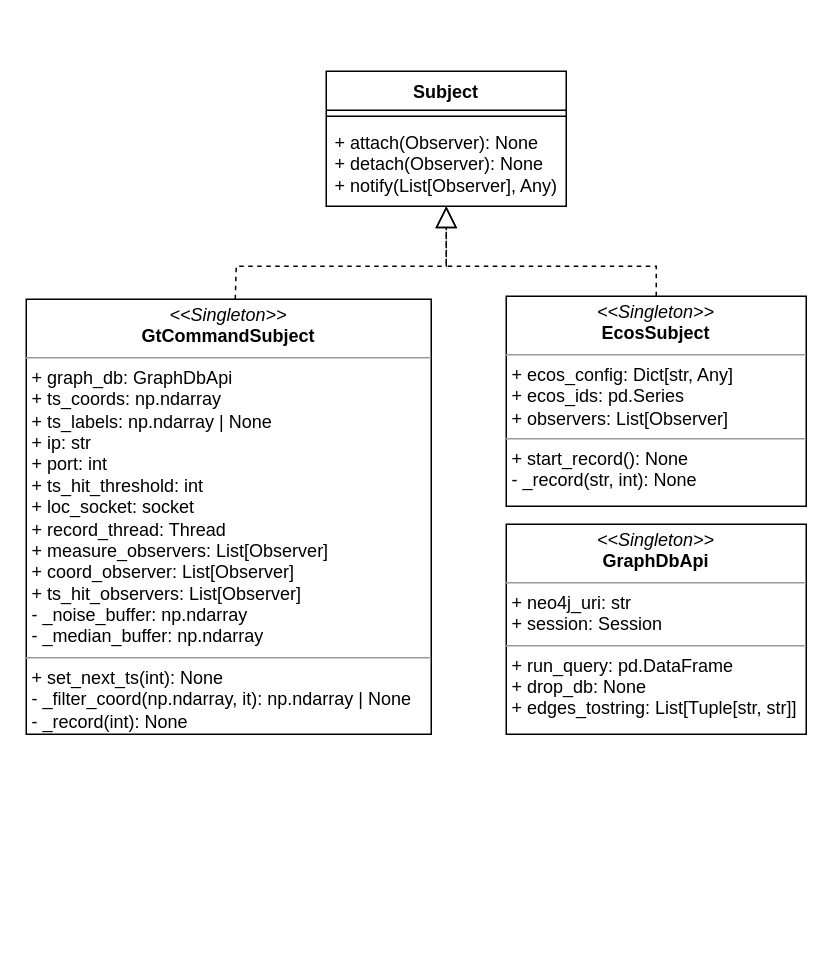
Before: structural/Subjects.drawio in pascalreiss/draw_io_stuff, a draw.io diagram. Source tidied: cells renumbered, new cells numbered last; positions are measured from the earlier drawing's top-left corner, leaving out a move shared by most shapes. Both pictures are drawn from the tidied source at 150%, with x=0, y=0 at pixel (26, 70).
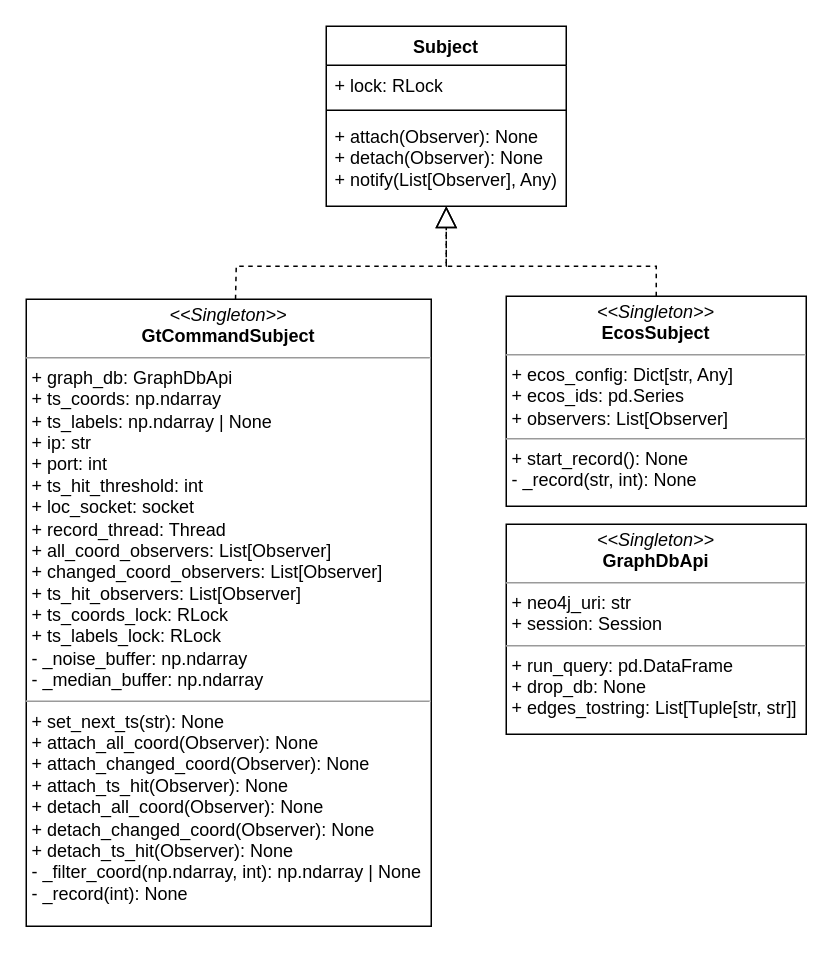
After the change.

The edit, as a diff of the source:
```diff
@@
 <mxGraphModel>
   <root>
     <mxCell id="0" />
     <mxCell id="1" parent="0" />
-    <mxCell id="2" value="Subject" style="swimlane;fontStyle=1;align=center;verticalAlign=top;horizontal=1;startSize=26;whiteSpace=wrap;html=1;" parent="1" vertex="1">
-      <mxGeometry x="200" width="160" height="90" as="geometry" />
-    </mxCell>
-    <mxCell id="3" style="line;strokeWidth=1;fillColor=none;align=left;verticalAlign=middle;spacingTop=-1;spacingLeft=3;spacingRight=3;labelPosition=right;strokeColor=inherit;" parent="2" vertex="1">
-      <mxGeometry y="26" width="160" height="8" as="geometry" />
-    </mxCell>
-    <mxCell id="4" value="+ attach(Observer): None&lt;br&gt;+ detach(Observer): None&lt;br&gt;+ notify(List[Observer], Any)" style="text;strokeColor=none;fillColor=none;align=left;verticalAlign=top;spacingLeft=4;spacingRight=4;overflow=hidden;whiteSpace=wrap;html=1;" parent="2" vertex="1">
-      <mxGeometry y="34" width="160" height="56" as="geometry" />
-    </mxCell>
     <mxCell id="5" style="endArrow=block;dashed=1;endFill=0;endSize=12;html=1;rounded=0;" parent="1" edge="1" source="9">
       <mxGeometry relative="1" as="geometry">
         <mxPoint x="280" y="90" as="targetPoint" />
         <Array as="points">
           <mxPoint x="140" y="130" />
           <mxPoint x="280" y="130" />
         </Array>
       </mxGeometry>
     </mxCell>
     <mxCell id="6" style="endArrow=block;dashed=1;endFill=0;endSize=12;html=1;rounded=0;" parent="1" edge="1" source="7">
       <mxGeometry relative="1" as="geometry">
         <mxPoint x="280" y="90" as="targetPoint" />
         <Array as="points">
           <mxPoint x="420" y="130" />
           <mxPoint x="280" y="130" />
         </Array>
       </mxGeometry>
     </mxCell>
     <mxCell id="7" value="&lt;p style=&quot;margin:0px;margin-top:4px;text-align:center;&quot;&gt;&lt;i&gt;&amp;lt;&amp;lt;Singleton&amp;gt;&amp;gt;&lt;/i&gt;&lt;br&gt;&lt;b&gt;EcosSubject&lt;/b&gt;&lt;/p&gt;&lt;hr size=&quot;1&quot;&gt;&lt;p style=&quot;margin:0px;margin-left:4px;&quot;&gt;+ ecos_config: Dict[str, Any]&lt;br style=&quot;border-color: var(--border-color);&quot;&gt;+ ecos_ids: pd.Series&lt;br style=&quot;border-color: var(--border-color);&quot;&gt;+ observers: List[Observer]&lt;br&gt;&lt;/p&gt;&lt;hr size=&quot;1&quot;&gt;&lt;p style=&quot;margin:0px;margin-left:4px;&quot;&gt;+ start_record(): None&lt;br style=&quot;border-color: var(--border-color);&quot;&gt;- _record(str, int): None&lt;br&gt;&lt;/p&gt;" style="verticalAlign=top;align=left;overflow=fill;fontSize=12;fontFamily=Helvetica;html=1;whiteSpace=wrap;" parent="1" vertex="1">
       <mxGeometry x="320" y="150" width="200" height="140" as="geometry" />
     </mxCell>
     <mxCell id="8" value="&lt;p style=&quot;margin:0px;margin-top:4px;text-align:center;&quot;&gt;&lt;i&gt;&amp;lt;&amp;lt;Singleton&amp;gt;&amp;gt;&lt;/i&gt;&lt;br&gt;&lt;b&gt;GraphDbApi&lt;/b&gt;&lt;/p&gt;&lt;hr size=&quot;1&quot;&gt;&lt;p style=&quot;margin:0px;margin-left:4px;&quot;&gt;+ neo4j_uri: str&lt;br style=&quot;border-color: var(--border-color);&quot;&gt;+ session: Session&lt;br&gt;&lt;/p&gt;&lt;hr size=&quot;1&quot;&gt;&lt;p style=&quot;margin:0px;margin-left:4px;&quot;&gt;+ run_query: pd.DataFrame&lt;br style=&quot;border-color: var(--border-color);&quot;&gt;+ drop_db: None&lt;br style=&quot;border-color: var(--border-color);&quot;&gt;+ edges_tostring: List[Tuple[str, str]]&lt;br&gt;&lt;/p&gt;" style="verticalAlign=top;align=left;overflow=fill;fontSize=12;fontFamily=Helvetica;html=1;whiteSpace=wrap;" parent="1" vertex="1">
       <mxGeometry x="320" y="302" width="200" height="140" as="geometry" />
     </mxCell>
-    <mxCell id="9" value="&lt;p style=&quot;margin:0px;margin-top:4px;text-align:center;&quot;&gt;&lt;i&gt;&amp;lt;&amp;lt;Singleton&amp;gt;&amp;gt;&lt;/i&gt;&lt;br&gt;&lt;b&gt;GtCommandSubject&lt;/b&gt;&lt;/p&gt;&lt;hr size=&quot;1&quot;&gt;&lt;p style=&quot;margin:0px;margin-left:4px;&quot;&gt;+ graph_db: GraphDbApi&lt;br style=&quot;border-color: var(--border-color);&quot;&gt;+ ts_coords: np.ndarray&lt;br style=&quot;border-color: var(--border-color);&quot;&gt;+ ts_labels: np.ndarray | None&lt;br style=&quot;border-color: var(--border-color);&quot;&gt;+ ip: str&lt;br style=&quot;border-color: var(--border-color);&quot;&gt;+ port: int&lt;br style=&quot;border-color: var(--border-color);&quot;&gt;+ ts_hit_threshold: int&lt;br style=&quot;border-color: var(--border-color);&quot;&gt;+ loc_socket: socket&lt;br style=&quot;border-color: var(--border-color);&quot;&gt;+ record_thread: Thread&lt;br style=&quot;border-color: var(--border-color);&quot;&gt;+ measure_observers: List[Observer]&lt;br style=&quot;border-color: var(--border-color);&quot;&gt;+ coord_observer: List[Observer]&lt;br style=&quot;border-color: var(--border-color);&quot;&gt;+ ts_hit_observers: List[Observer]&lt;br style=&quot;border-color: var(--border-color);&quot;&gt;- _noise_buffer: np.ndarray&lt;br style=&quot;border-color: var(--border-color);&quot;&gt;- _median_buffer: np.ndarray&lt;br&gt;&lt;/p&gt;&lt;hr size=&quot;1&quot;&gt;&lt;p style=&quot;margin:0px;margin-left:4px;&quot;&gt;+ set_next_ts(int): None&lt;br style=&quot;border-color: var(--border-color);&quot;&gt;- _filter_coord(np.ndarray, it): np.ndarray | None&lt;br style=&quot;border-color: var(--border-color);&quot;&gt;- _record(int): None&lt;br&gt;&lt;/p&gt;" style="verticalAlign=top;align=left;overflow=fill;fontSize=12;fontFamily=Helvetica;html=1;whiteSpace=wrap;" parent="1" vertex="1">
-      <mxGeometry y="152" width="270" height="290" as="geometry" />
+    <mxCell id="9" value="&lt;p style=&quot;margin:0px;margin-top:4px;text-align:center;&quot;&gt;&lt;i&gt;&amp;lt;&amp;lt;Singleton&amp;gt;&amp;gt;&lt;/i&gt;&lt;br&gt;&lt;b&gt;GtCommandSubject&lt;/b&gt;&lt;/p&gt;&lt;hr size=&quot;1&quot;&gt;&lt;p style=&quot;margin:0px;margin-left:4px;&quot;&gt;+ graph_db: GraphDbApi&lt;br style=&quot;border-color: var(--border-color);&quot;&gt;+ ts_coords: np.ndarray&lt;br style=&quot;border-color: var(--border-color);&quot;&gt;+ ts_labels: np.ndarray | None&lt;br style=&quot;border-color: var(--border-color);&quot;&gt;+ ip: str&lt;br style=&quot;border-color: var(--border-color);&quot;&gt;+ port: int&lt;br style=&quot;border-color: var(--border-color);&quot;&gt;+ ts_hit_threshold: int&lt;br style=&quot;border-color: var(--border-color);&quot;&gt;+ loc_socket: socket&lt;br style=&quot;border-color: var(--border-color);&quot;&gt;+ record_thread: Thread&lt;br style=&quot;border-color: var(--border-color);&quot;&gt;+ all_coord_observers: List[Observer]&lt;br style=&quot;border-color: var(--border-color);&quot;&gt;+ changed_coord_observers: List[Observer]&lt;/p&gt;&lt;p style=&quot;margin:0px;margin-left:4px;&quot;&gt;+ ts_hit_observers: List[Observer]&lt;/p&gt;&lt;p style=&quot;margin:0px;margin-left:4px;&quot;&gt;+ ts_coords_lock: RLock&lt;/p&gt;&lt;p style=&quot;margin:0px;margin-left:4px;&quot;&gt;+ ts_labels_lock: RLock&lt;br&gt;&lt;/p&gt;&lt;p style=&quot;margin:0px;margin-left:4px;&quot;&gt;- _noise_buffer: np.ndarray&lt;br style=&quot;border-color: var(--border-color);&quot;&gt;- _median_buffer: np.ndarray&lt;br&gt;&lt;/p&gt;&lt;hr size=&quot;1&quot;&gt;&lt;p style=&quot;margin:0px;margin-left:4px;&quot;&gt;+ set_next_ts(str): None&lt;/p&gt;&lt;p style=&quot;margin:0px;margin-left:4px;&quot;&gt;+ attach_all_coord(Observer): None&lt;/p&gt;&lt;p style=&quot;margin:0px;margin-left:4px;&quot;&gt;+ attach_changed_coord(Observer): None&lt;/p&gt;&lt;p style=&quot;margin:0px;margin-left:4px;&quot;&gt;+ attach_ts_hit(Observer): None&lt;/p&gt;&lt;p style=&quot;margin:0px;margin-left:4px;&quot;&gt;+ detach_all_coord(Observer): None&lt;/p&gt;&lt;p style=&quot;margin:0px;margin-left:4px;&quot;&gt;+ detach_changed_coord(Observer): None&lt;/p&gt;&lt;p style=&quot;margin:0px;margin-left:4px;&quot;&gt;+ detach_ts_hit(Observer): None&lt;/p&gt;&lt;p style=&quot;margin:0px;margin-left:4px;&quot;&gt;&lt;/p&gt;&lt;p style=&quot;margin:0px;margin-left:4px;&quot;&gt;- _filter_coord(np.ndarray, int): np.ndarray | None&lt;br style=&quot;border-color: var(--border-color);&quot;&gt;- _record(int): None&lt;/p&gt;&lt;p style=&quot;margin:0px;margin-left:4px;&quot;&gt;&lt;br&gt;&lt;/p&gt;" style="verticalAlign=top;align=left;overflow=fill;fontSize=12;fontFamily=Helvetica;html=1;whiteSpace=wrap;" parent="1" vertex="1">
+      <mxGeometry y="152" width="270" height="418" as="geometry" />
     </mxCell>
+    <mxCell id="2" value="Subject" style="swimlane;fontStyle=1;align=center;verticalAlign=top;horizontal=1;startSize=26;whiteSpace=wrap;html=1;" parent="1" vertex="1">
+      <mxGeometry x="200" y="-30" width="160" height="120" as="geometry" />
+    </mxCell>
+    <mxCell id="10" value="+ lock: RLock" style="text;strokeColor=none;fillColor=none;align=left;verticalAlign=top;spacingLeft=4;spacingRight=4;overflow=hidden;whiteSpace=wrap;html=1;" parent="2" vertex="1">
+      <mxGeometry y="26" width="160" height="26" as="geometry" />
+    </mxCell>
+    <mxCell id="11" style="line;strokeWidth=1;fillColor=none;align=left;verticalAlign=middle;spacingTop=-1;spacingLeft=3;spacingRight=3;labelPosition=right;strokeColor=inherit;" parent="2" vertex="1">
+      <mxGeometry y="52" width="160" height="8" as="geometry" />
+    </mxCell>
+    <mxCell id="4" value="+ attach(Observer): None&lt;br&gt;+ detach(Observer): None&lt;br&gt;+ notify(List[Observer], Any)" style="text;strokeColor=none;fillColor=none;align=left;verticalAlign=top;spacingLeft=4;spacingRight=4;overflow=hidden;whiteSpace=wrap;html=1;" parent="2" vertex="1">
+      <mxGeometry y="60" width="160" height="60" as="geometry" />
+    </mxCell>
   </root>
 </mxGraphModel>
```
